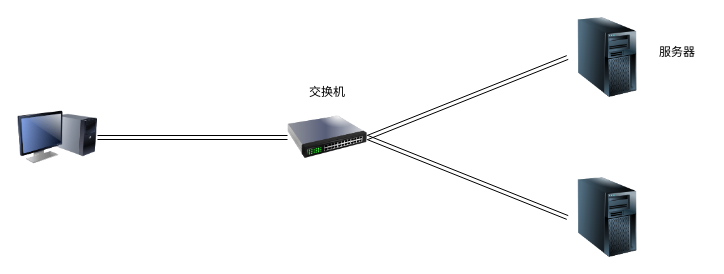
Above: computer network/速率带宽和吞吐量的区别.drawio in twodollarstwenty/drawio (draw.io), before the change. Source tidied: cells renumbered, new cells numbered last; positions are measured from the earlier drawing's top-left corner, leaving out a move shared by most shapes. Both pictures are drawn from the tidied source at 100%, with x=0, y=0 at pixel (17, 17).
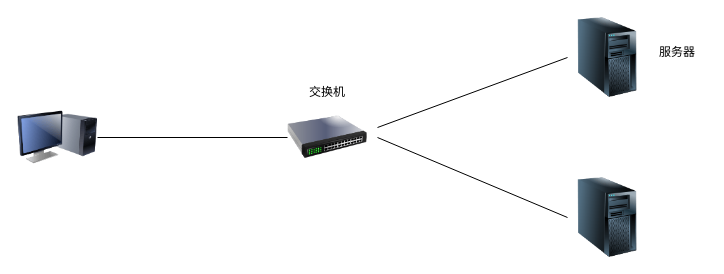
The same page after the edit.

Commit message (it also covers changes not shown here):
更新速率带宽和吞吐量的区别.drawio

The edit, as a diff of the source:
```diff
@@
 <mxGraphModel>
   <root>
     <mxCell id="0" />
     <mxCell id="1" parent="0" />
-    <mxCell id="2" style="rounded=0;jettySize=auto;html=1;exitX=1;exitY=0.5;exitDx=0;exitDy=0;entryX=0;entryY=0.5;entryDx=0;entryDy=0;strokeColor=default;shape=link;" parent="1" edge="1" source="3" target="6">
-      <mxGeometry relative="1" as="geometry" />
-    </mxCell>
     <mxCell id="3" style="image;html=1;image=img/lib/clip_art/computers/Monitor_Tower_128x128.png;" parent="1" vertex="1">
       <mxGeometry y="80" width="80" height="80" as="geometry" />
     </mxCell>
-    <mxCell id="4" style="rounded=0;jettySize=auto;html=1;exitX=1;exitY=0.5;exitDx=0;exitDy=0;entryX=0;entryY=0.5;entryDx=0;entryDy=0;shape=link;" parent="1" edge="1" source="6" target="7">
-      <mxGeometry relative="1" as="geometry" />
-    </mxCell>
-    <mxCell id="5" style="edgeStyle=none;rounded=0;jettySize=auto;html=1;exitX=1;exitY=0.5;exitDx=0;exitDy=0;entryX=0;entryY=0.5;entryDx=0;entryDy=0;shape=link;" parent="1" edge="1" source="6" target="8">
-      <mxGeometry relative="1" as="geometry" />
-    </mxCell>
     <mxCell id="6" style="image;html=1;image=img/lib/clip_art/networking/Switch_128x128.png;" parent="1" vertex="1">
       <mxGeometry x="270" y="80" width="80" height="80" as="geometry" />
     </mxCell>
     <mxCell id="7" style="image;html=1;image=img/lib/clip_art/computers/Server_Tower_128x128.png;" parent="1" vertex="1">
       <mxGeometry x="550" width="80" height="80" as="geometry" />
     </mxCell>
     <mxCell id="8" style="image;html=1;image=img/lib/clip_art/computers/Server_Tower_128x128.png;" parent="1" vertex="1">
       <mxGeometry x="550" y="160" width="80" height="80" as="geometry" />
     </mxCell>
     <mxCell id="9" value="交换机" style="text;strokeColor=none;align=center;fillColor=none;html=1;verticalAlign=middle;whiteSpace=wrap;rounded=0;" parent="1" vertex="1">
       <mxGeometry x="280" y="60" width="60" height="30" as="geometry" />
     </mxCell>
     <mxCell id="10" value="服务器" style="text;strokeColor=none;align=center;fillColor=none;html=1;verticalAlign=middle;whiteSpace=wrap;rounded=0;" parent="1" vertex="1">
       <mxGeometry x="630" y="20" width="60" height="30" as="geometry" />
     </mxCell>
+    <mxCell id="11" style="endArrow=none;html=1;rounded=0;strokeColor=default;entryX=0;entryY=0.5;entryDx=0;entryDy=0;" parent="1" edge="1" target="8">
+      <mxGeometry relative="1" as="geometry">
+        <mxPoint x="360" y="120" as="sourcePoint" />
+      </mxGeometry>
+    </mxCell>
+    <mxCell id="12" style="endArrow=none;html=1;rounded=0;strokeColor=default;entryX=0;entryY=0.5;entryDx=0;entryDy=0;" parent="1" edge="1" target="7">
+      <mxGeometry relative="1" as="geometry">
+        <mxPoint x="360" y="110" as="sourcePoint" />
+      </mxGeometry>
+    </mxCell>
+    <mxCell id="13" style="endArrow=none;html=1;rounded=0;strokeColor=default;entryX=0;entryY=0.5;entryDx=0;entryDy=0;" parent="1" edge="1" target="6">
+      <mxGeometry relative="1" as="geometry">
+        <mxPoint x="80" y="120" as="sourcePoint" />
+      </mxGeometry>
+    </mxCell>
   </root>
 </mxGraphModel>
```
